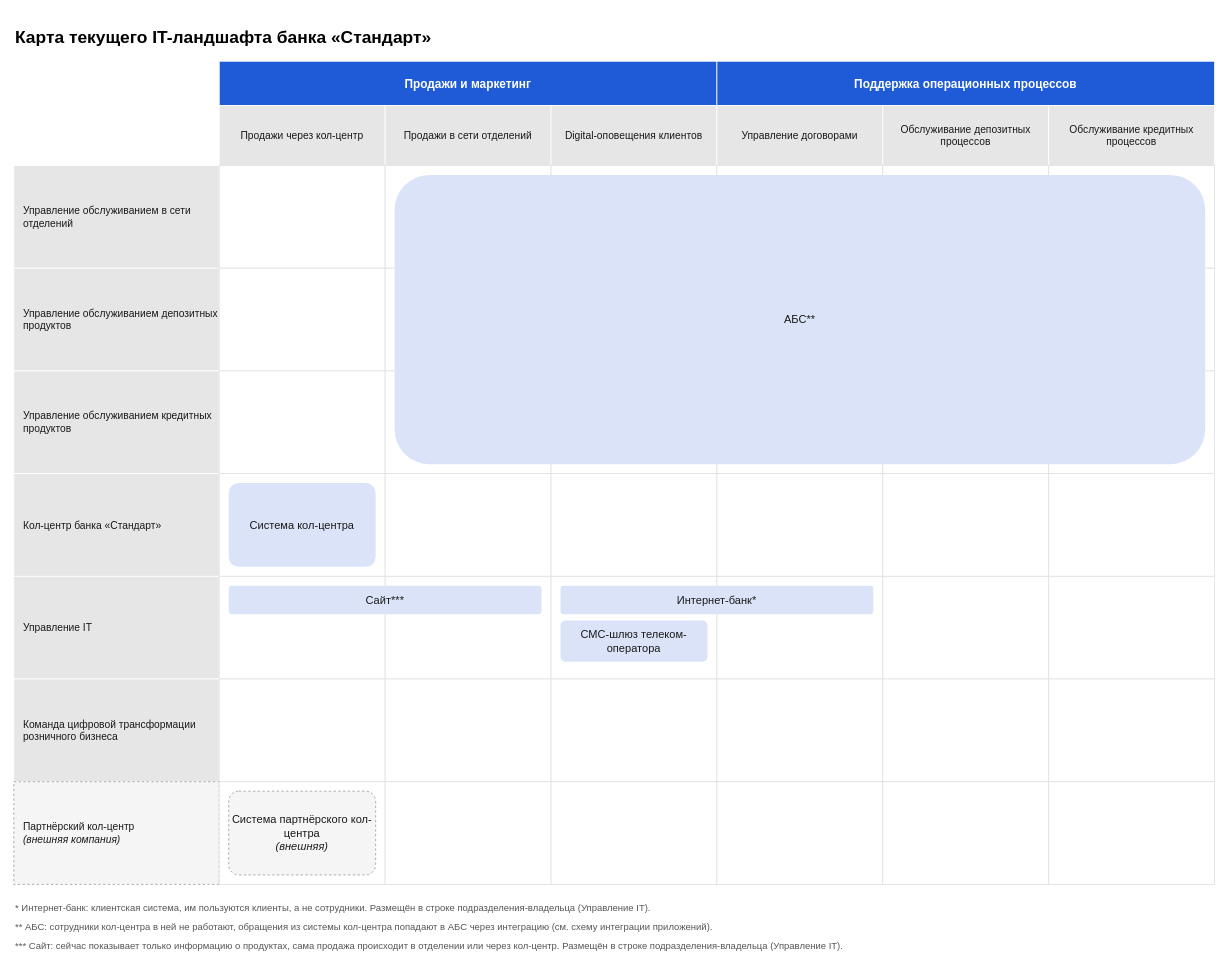
The draw.io diagram Task1/it-landscape-map.drawio in KirylNik/architecture-standart, before the edit. Source tidied: cells renumbered, new cells numbered last; positions are measured from the earlier drawing's top-left corner, leaving out a move shared by most shapes. Both pictures are drawn from the tidied source at 79%, with x=0, y=0 at pixel (13, 13).
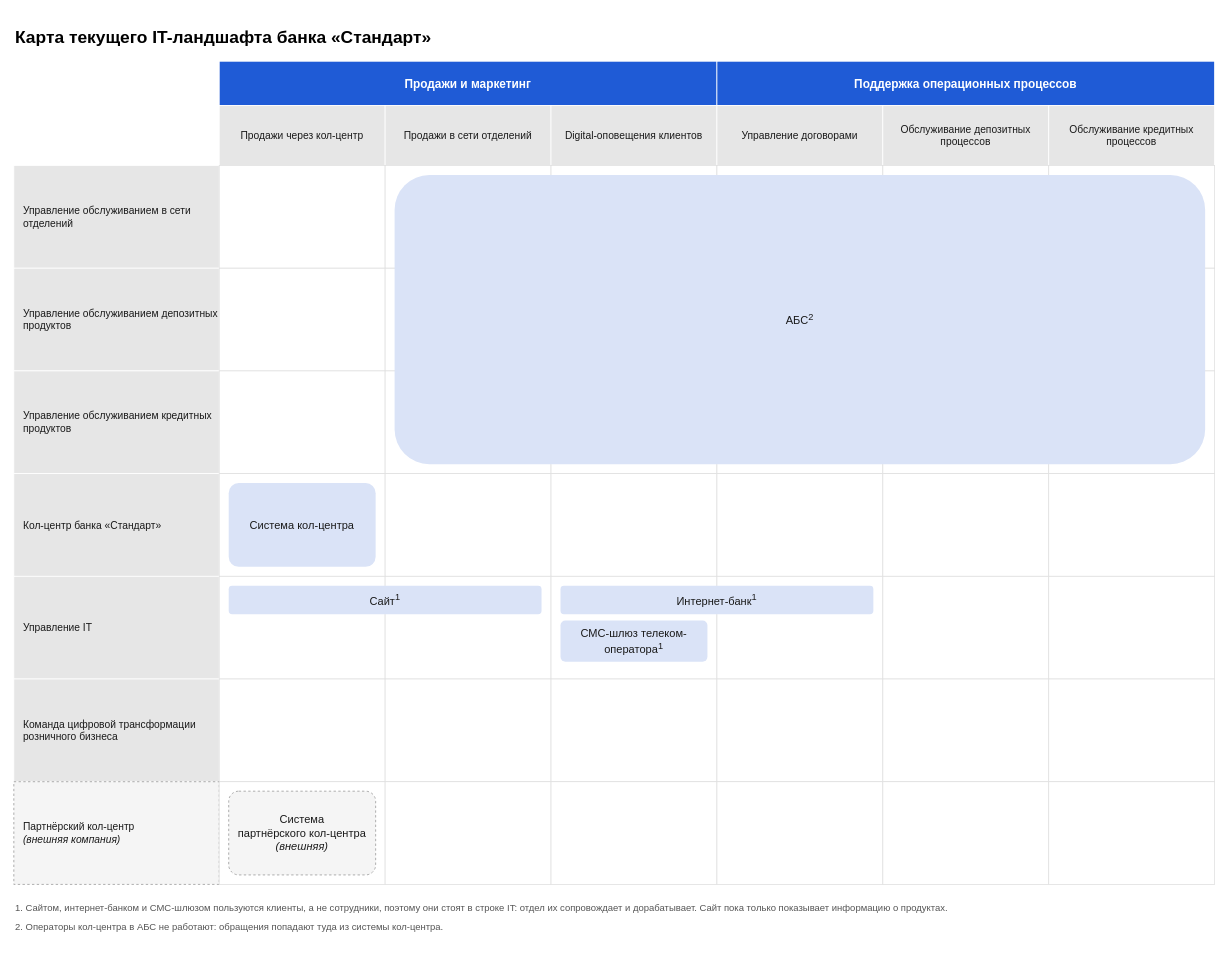
The same page after the edit.

Commit message (it also covers changes not shown here):
Clean up footnotes and labels in Task1 diagrams

Diff of the diagram source:
```diff
@@
-    <mxCell id="60" value="Интернет-банк*" style="html=1;whiteSpace=wrap;fontFamily=Helvetica;rounded=1;arcSize=12;fillColor=#DAE3F7;strokeColor=none;fontColor=#1A1A1A;fontSize=14;" parent="1" vertex="1">
+    <mxCell id="60" value="Интернет-банк&lt;sup&gt;1&lt;/sup&gt;" style="html=1;whiteSpace=wrap;fontFamily=Helvetica;rounded=1;arcSize=12;fillColor=#DAE3F7;strokeColor=none;fontColor=#1A1A1A;fontSize=14;" parent="1" vertex="1">
       <mxGeometry x="692" y="724" width="396" height="36" as="geometry" />
     </mxCell>
-    <mxCell id="61" value="АБС**" style="html=1;whiteSpace=wrap;fontFamily=Helvetica;rounded=1;arcSize=12;fillColor=#DAE3F7;strokeColor=none;fontColor=#1A1A1A;fontSize=14;" parent="1" vertex="1">
+    <mxCell id="61" value="АБС&lt;sup&gt;2&lt;/sup&gt;" style="html=1;whiteSpace=wrap;fontFamily=Helvetica;rounded=1;arcSize=12;fillColor=#DAE3F7;strokeColor=none;fontColor=#1A1A1A;fontSize=14;" parent="1" vertex="1">
       <mxGeometry x="482" y="204" width="1026" height="366" as="geometry" />
     </mxCell>
@@
-    <mxCell id="63" value="Система партнёрского кол-центра&lt;br&gt;&lt;i&gt;(внешняя)&lt;/i&gt;" style="html=1;whiteSpace=wrap;fontFamily=Helvetica;rounded=1;arcSize=12;fillColor=#F5F5F5;strokeColor=#999999;dashed=1;fontColor=#1A1A1A;fontSize=14;" parent="1" vertex="1">
+    <mxCell id="63" value="Система&lt;br&gt;партнёрского кол-центра&lt;br&gt;&lt;i&gt;(внешняя)&lt;/i&gt;" style="html=1;whiteSpace=wrap;fontFamily=Helvetica;rounded=1;arcSize=12;fillColor=#F5F5F5;strokeColor=#999999;dashed=1;fontColor=#1A1A1A;fontSize=14;" parent="1" vertex="1">
       <mxGeometry x="272" y="984" width="186" height="106" as="geometry" />
     </mxCell>
-    <mxCell id="64" value="СМС-шлюз телеком-оператора" style="html=1;whiteSpace=wrap;fontFamily=Helvetica;rounded=1;arcSize=12;fillColor=#DAE3F7;strokeColor=none;fontColor=#1A1A1A;fontSize=14;" parent="1" vertex="1">
+    <mxCell id="64" value="СМС-шлюз телеком-оператора&lt;sup&gt;1&lt;/sup&gt;" style="html=1;whiteSpace=wrap;fontFamily=Helvetica;rounded=1;arcSize=12;fillColor=#DAE3F7;strokeColor=none;fontColor=#1A1A1A;fontSize=14;" parent="1" vertex="1">
       <mxGeometry x="692" y="768" width="186" height="52" as="geometry" />
     </mxCell>
-    <mxCell id="65" value="Сайт***" style="html=1;whiteSpace=wrap;fontFamily=Helvetica;rounded=1;arcSize=12;fillColor=#DAE3F7;strokeColor=none;fontColor=#1A1A1A;fontSize=14;" parent="1" vertex="1">
+    <mxCell id="65" value="Сайт&lt;sup&gt;1&lt;/sup&gt;" style="html=1;whiteSpace=wrap;fontFamily=Helvetica;rounded=1;arcSize=12;fillColor=#DAE3F7;strokeColor=none;fontColor=#1A1A1A;fontSize=14;" parent="1" vertex="1">
       <mxGeometry x="272" y="724" width="396" height="36" as="geometry" />
     </mxCell>
-    <mxCell id="66" value="* Интернет-банк: клиентская система, им пользуются клиенты, а не сотрудники. Размещён в строке подразделения-владельца (Управление IT)." style="html=1;whiteSpace=wrap;fontFamily=Helvetica;text;fontSize=12;align=left;verticalAlign=top;fontColor=#555555;" parent="1" vertex="1">
+    <mxCell id="66" value="1. Сайтом, интернет-банком и СМС-шлюзом пользуются клиенты, а не сотрудники, поэтому они стоят в строке IT: отдел их сопровождает и дорабатывает. Сайт пока только показывает информацию о продуктах." style="html=1;whiteSpace=wrap;fontFamily=Helvetica;text;fontSize=12;align=left;verticalAlign=top;fontColor=#555555;" parent="1" vertex="1">
       <mxGeometry y="1118" width="1520" height="24" as="geometry" />
     </mxCell>
-    <mxCell id="67" value="** АБС: сотрудники кол-центра в ней не работают, обращения из системы кол-центра попадают в АБС через интеграцию (см. схему интеграции приложений)." style="html=1;whiteSpace=wrap;fontFamily=Helvetica;text;fontSize=12;align=left;verticalAlign=top;fontColor=#555555;" parent="1" vertex="1">
+    <mxCell id="67" value="2. Операторы кол-центра в АБС не работают: обращения попадают туда из системы кол-центра." style="html=1;whiteSpace=wrap;fontFamily=Helvetica;text;fontSize=12;align=left;verticalAlign=top;fontColor=#555555;" parent="1" vertex="1">
       <mxGeometry y="1142" width="1520" height="24" as="geometry" />
     </mxCell>
-    <mxCell id="68" value="*** Сайт: сейчас показывает только информацию о продуктах, сама продажа происходит в отделении или через кол-центр. Размещён в строке подразделения-владельца (Управление IT)." style="html=1;whiteSpace=wrap;fontFamily=Helvetica;text;fontSize=12;align=left;verticalAlign=top;fontColor=#555555;" parent="1" vertex="1">
-      <mxGeometry y="1166" width="1520" height="24" as="geometry" />
-    </mxCell>
```
